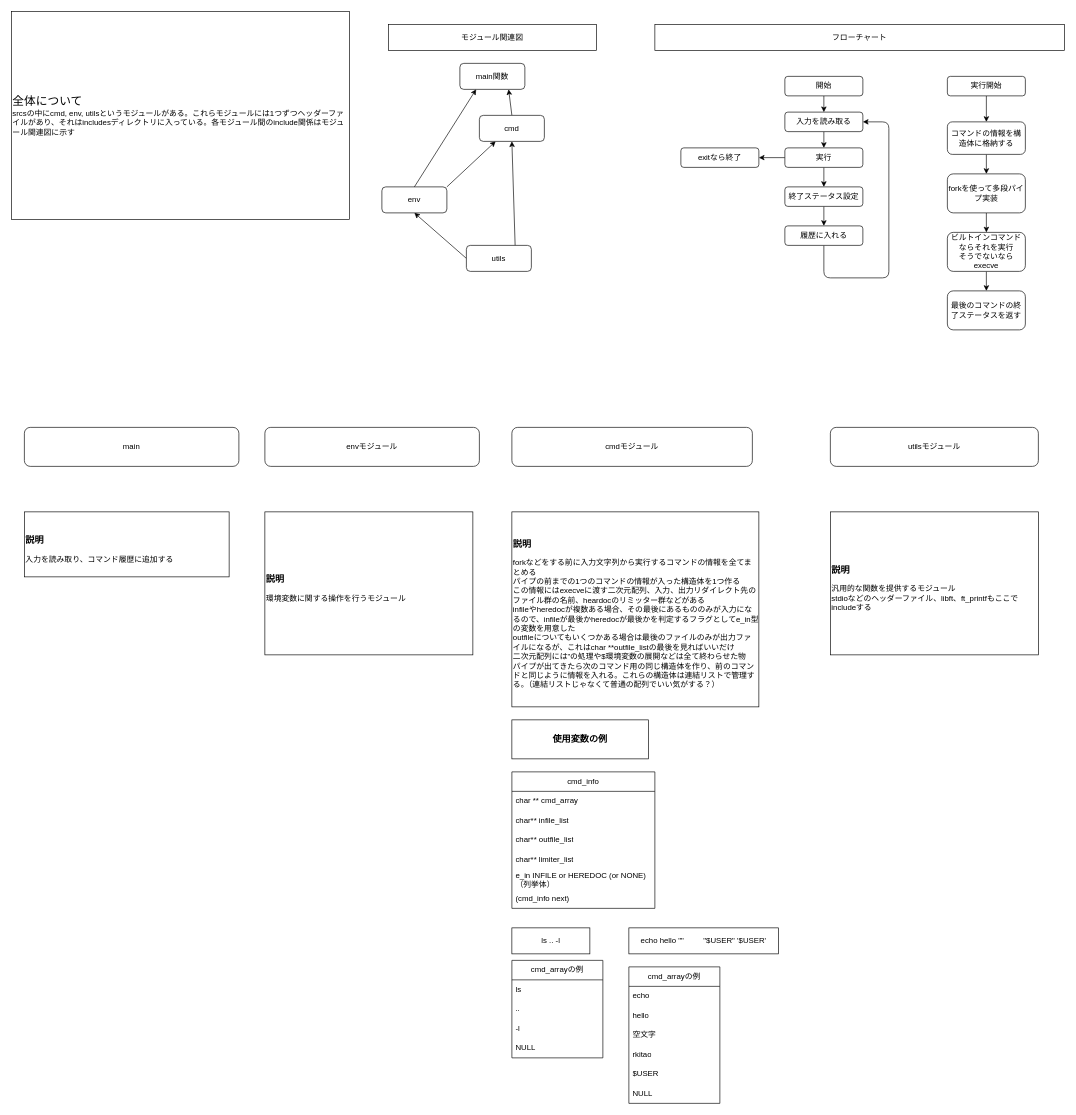
Before: design.drawio in rk0730/minishell, a draw.io diagram. Source tidied: cells renumbered, new cells numbered last; positions are measured from the earlier drawing's top-left corner, leaving out a move shared by most shapes. Both pictures are drawn from the tidied source at 65%, with x=0, y=0 at pixel (11, 11).
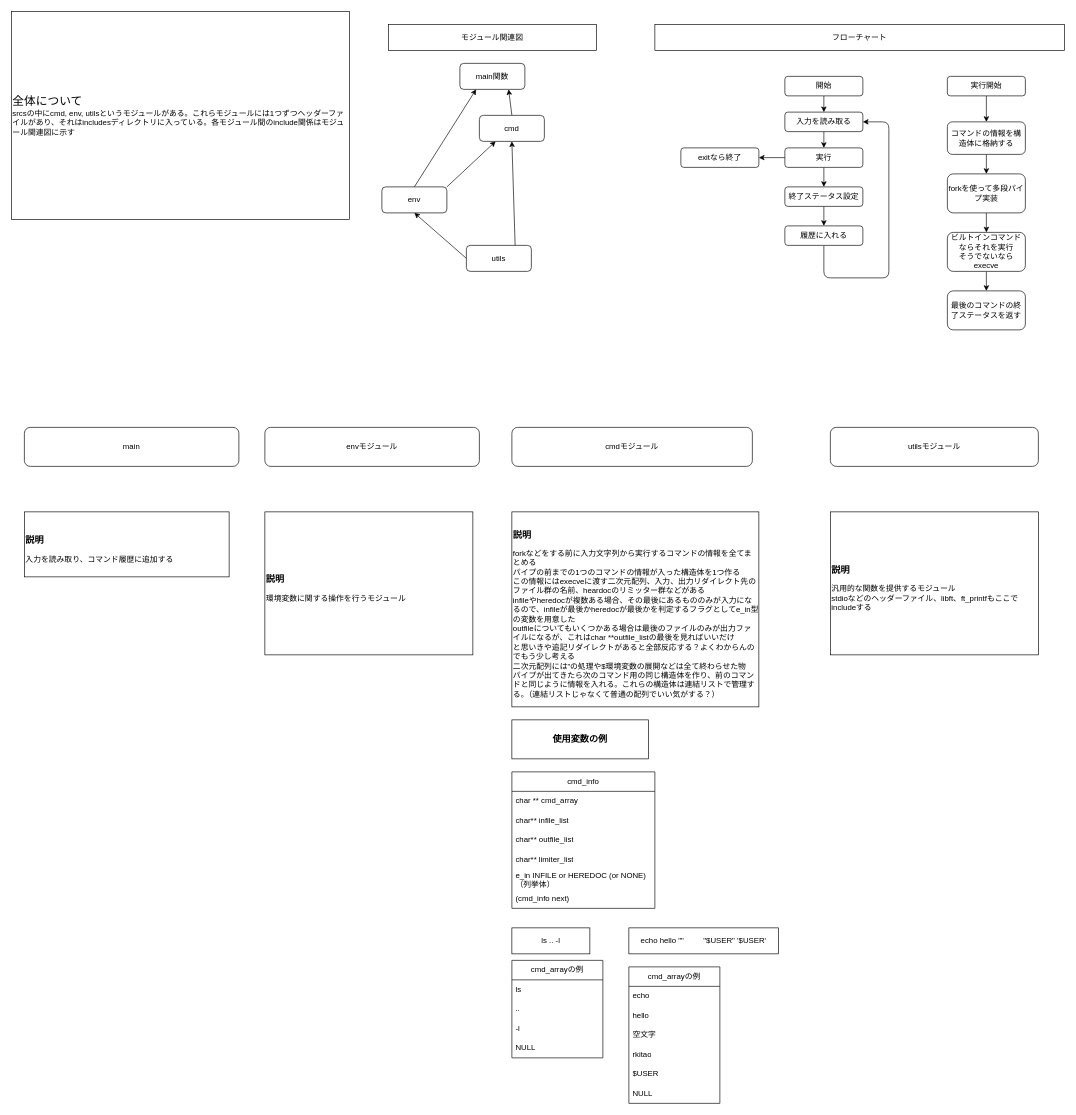
After the change.

Change to the diagram source:
```diff
@@
-    <mxCell id="5" value="&lt;h3&gt;説明&lt;/h3&gt;forkなどをする前に入力文字列から実行するコマンドの情報を全てまとめる&lt;br&gt;パイプの前までの1つのコマンドの情報が入った構造体を1つ作る&lt;br&gt;この情報にはexecveに渡す二次元配列、入力、出力リダイレクト先のファイル群の名前、heardocのリミッター群などがある&lt;br&gt;infileやheredocが複数ある場合、その最後にあるもののみが入力になるので、infileが最後かheredocが最後かを判定するフラグとしてe_in型の変数を用意した&lt;br&gt;outfileについてもいくつかある場合は最後のファイルのみが出力ファイルになるが、これはchar **outfile_listの最後を見ればいいだけ&lt;br&gt;二次元配列には”の処理や$環境変数の展開などは全て終わらせた物&lt;br&gt;パイプが出てきたら次のコマンド用の同じ構造体を作り、前のコマンドと同じように情報を入れる。これらの構造体は連結リストで管理する。（連結リストじゃなくて普通の配列でいい気がする？）" style="rounded=0;whiteSpace=wrap;html=1;align=left;" parent="1" vertex="1">
+    <mxCell id="5" value="&lt;h3&gt;説明&lt;/h3&gt;forkなどをする前に入力文字列から実行するコマンドの情報を全てまとめる&lt;br&gt;パイプの前までの1つのコマンドの情報が入った構造体を1つ作る&lt;br&gt;この情報にはexecveに渡す二次元配列、入力、出力リダイレクト先のファイル群の名前、heardocのリミッター群などがある&lt;br&gt;infileやheredocが複数ある場合、その最後にあるもののみが入力になるので、infileが最後かheredocが最後かを判定するフラグとしてe_in型の変数を用意した&lt;br&gt;outfileについてもいくつかある場合は最後のファイルのみが出力ファイルになるが、これはchar **outfile_listの最後を見ればいいだけ&lt;br&gt;と思いきや追記リダイレクトがあると全部反応する？よくわからんのでもう少し考える&lt;br&gt;二次元配列には”の処理や$環境変数の展開などは全て終わらせた物&lt;br&gt;パイプが出てきたら次のコマンド用の同じ構造体を作り、前のコマンドと同じように情報を入れる。これらの構造体は連結リストで管理する。（連結リストじゃなくて普通の配列でいい気がする？）" style="rounded=0;whiteSpace=wrap;html=1;align=left;" parent="1" vertex="1">
       <mxGeometry x="770" y="770" width="380" height="300" as="geometry" />
     </mxCell>
```
